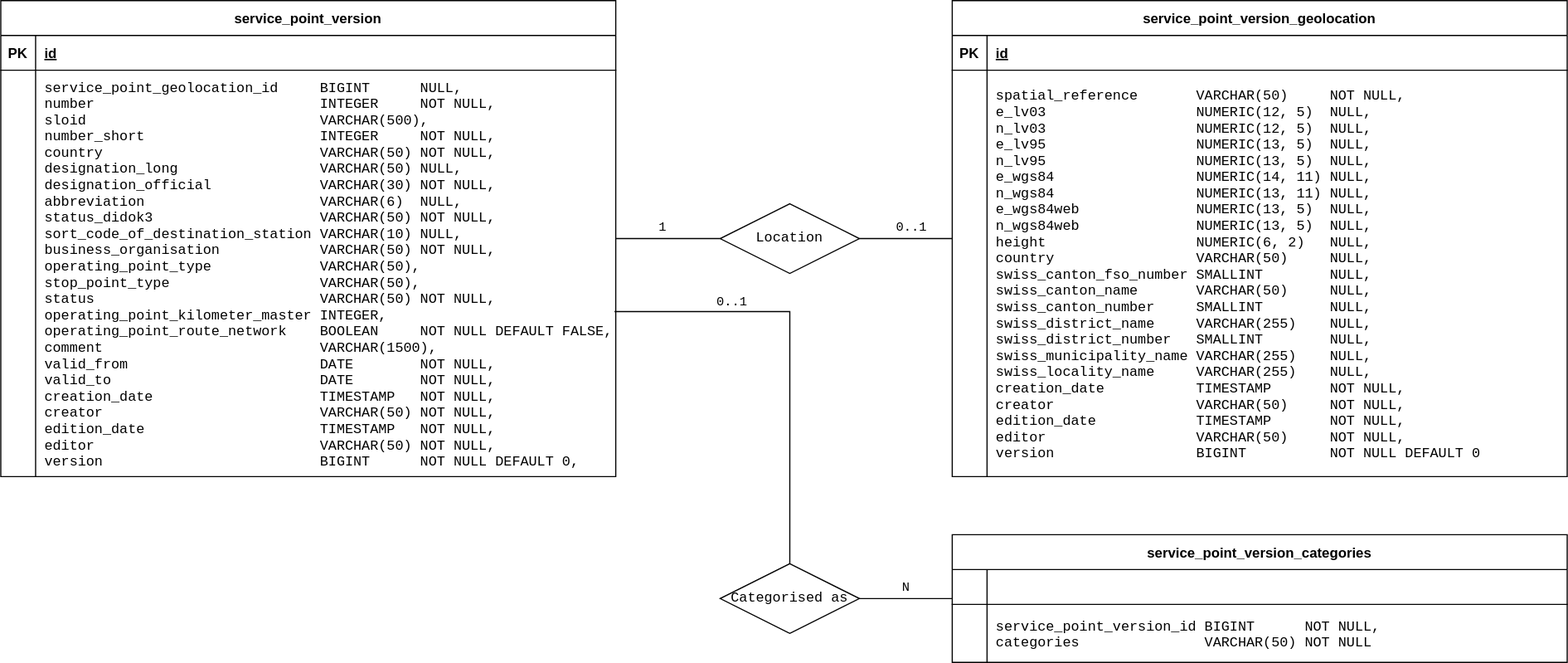
The draw.io diagram service-point-directory/src/docs/db-service-point.svg in iuccio/atlas, before a commit. Source tidied: cells renumbered, new cells last; positions are measured from the earlier drawing's top-left corner, leaving out a move shared by most shapes. Its diagram source:
```xml
<mxGraphModel>
  <root>
    <mxCell id="0" />
    <mxCell id="1" parent="0" />
    <mxCell id="2" value="service_point_version" style="shape=table;startSize=30;rowLines=0;fontStyle=1;align=center;" parent="1" vertex="1">
      <mxGeometry width="530" height="410" as="geometry" />
    </mxCell>
    <mxCell id="3" style="shape=partialRectangle;fillColor=none;top=0;left=0;right=0;bottom=1;" parent="2" vertex="1">
      <mxGeometry y="30" width="530" height="30" as="geometry" />
    </mxCell>
    <mxCell id="4" value="PK" style="shape=partialRectangle;overflow=hidden;fillColor=none;top=0;left=0;bottom=0;right=0;fontStyle=1;" parent="3" vertex="1">
      <mxGeometry width="30" height="30" as="geometry" />
    </mxCell>
    <mxCell id="5" value="id" style="shape=partialRectangle;overflow=hidden;fillColor=none;top=0;left=0;bottom=0;right=0;align=left;spacingLeft=6;fontStyle=5;" parent="3" vertex="1">
      <mxGeometry x="30" width="500" height="30" as="geometry" />
    </mxCell>
    <mxCell id="6" style="shape=partialRectangle;fillColor=none;points=[[0,0.5],[1,0.5]];portConstraint=eastwest;top=0;left=0;right=0;bottom=0;" parent="2" vertex="1">
      <mxGeometry y="60" width="530" height="350" as="geometry" />
    </mxCell>
    <mxCell id="7" style="shape=partialRectangle;overflow=hidden;fillColor=none;top=0;left=0;bottom=0;right=0;" parent="6" vertex="1">
      <mxGeometry width="30" height="350" as="geometry" />
    </mxCell>
    <mxCell id="8" value="service_point_geolocation_id     BIGINT      NULL,&#10;number                           INTEGER     NOT NULL,&#10;sloid                            VARCHAR(500),&#10;number_short                     INTEGER     NOT NULL,&#10;country                          VARCHAR(50) NOT NULL,&#10;designation_long                 VARCHAR(50) NULL,&#10;designation_official             VARCHAR(30) NOT NULL,&#10;abbreviation                     VARCHAR(6)  NULL,&#10;status_didok3                    VARCHAR(50) NOT NULL,&#10;sort_code_of_destination_station VARCHAR(10) NULL,&#10;business_organisation            VARCHAR(50) NOT NULL,&#10;operating_point_type             VARCHAR(50),&#10;stop_point_type                  VARCHAR(50),&#10;status                           VARCHAR(50) NOT NULL,&#10;operating_point_kilometer_master INTEGER,&#10;operating_point_route_network    BOOLEAN     NOT NULL DEFAULT FALSE,&#10;comment                          VARCHAR(1500),&#10;valid_from                       DATE        NOT NULL,&#10;valid_to                         DATE        NOT NULL,&#10;creation_date                    TIMESTAMP   NOT NULL,&#10;creator                          VARCHAR(50) NOT NULL,&#10;edition_date                     TIMESTAMP   NOT NULL,&#10;editor                           VARCHAR(50) NOT NULL,&#10;version                          BIGINT      NOT NULL DEFAULT 0," style="shape=partialRectangle;overflow=hidden;fillColor=none;top=0;left=0;bottom=0;right=0;align=left;spacingLeft=6;fontFamily=Courier New;fontStyle=0;" parent="6" vertex="1">
      <mxGeometry x="30" width="500" height="350" as="geometry" />
    </mxCell>
    <mxCell id="9" value="service_point_version_geolocation" style="shape=table;startSize=30;rowLines=0;fontStyle=1;align=center;" parent="1" vertex="1">
      <mxGeometry x="820" width="530" height="410" as="geometry" />
    </mxCell>
    <mxCell id="10" style="shape=partialRectangle;fillColor=none;top=0;left=0;right=0;bottom=1;" parent="9" vertex="1">
      <mxGeometry y="30" width="530" height="30" as="geometry" />
    </mxCell>
    <mxCell id="11" value="PK" style="shape=partialRectangle;overflow=hidden;fillColor=none;top=0;left=0;bottom=0;right=0;fontStyle=1;" parent="10" vertex="1">
      <mxGeometry width="30" height="30" as="geometry" />
    </mxCell>
    <mxCell id="12" value="id" style="shape=partialRectangle;overflow=hidden;fillColor=none;top=0;left=0;bottom=0;right=0;align=left;spacingLeft=6;fontStyle=5;" parent="10" vertex="1">
      <mxGeometry x="30" width="500" height="30" as="geometry" />
    </mxCell>
    <mxCell id="13" style="shape=partialRectangle;fillColor=none;top=0;left=0;right=0;bottom=0;" parent="9" vertex="1">
      <mxGeometry y="60" width="530" height="350" as="geometry" />
    </mxCell>
    <mxCell id="14" style="shape=partialRectangle;overflow=hidden;fillColor=none;top=0;left=0;bottom=0;right=0;" parent="13" vertex="1">
      <mxGeometry width="30" height="350" as="geometry" />
    </mxCell>
    <mxCell id="15" value="spatial_reference       VARCHAR(50)     NOT NULL,&#10;e_lv03                  NUMERIC(12, 5)  NULL,&#10;n_lv03                  NUMERIC(12, 5)  NULL,&#10;e_lv95                  NUMERIC(13, 5)  NULL,&#10;n_lv95                  NUMERIC(13, 5)  NULL,&#10;e_wgs84                 NUMERIC(14, 11) NULL,&#10;n_wgs84                 NUMERIC(13, 11) NULL,&#10;e_wgs84web              NUMERIC(13, 5)  NULL,&#10;n_wgs84web              NUMERIC(13, 5)  NULL,&#10;height                  NUMERIC(6, 2)   NULL,&#10;country                 VARCHAR(50)     NULL,&#10;swiss_canton_fso_number SMALLINT        NULL,&#10;swiss_canton_name       VARCHAR(50)     NULL,&#10;swiss_canton_number     SMALLINT        NULL,&#10;swiss_district_name     VARCHAR(255)    NULL,&#10;swiss_district_number   SMALLINT        NULL,&#10;swiss_municipality_name VARCHAR(255)    NULL,&#10;swiss_locality_name     VARCHAR(255)    NULL,&#10;creation_date           TIMESTAMP       NOT NULL,&#10;creator                 VARCHAR(50)     NOT NULL,&#10;edition_date            TIMESTAMP       NOT NULL,&#10;editor                  VARCHAR(50)     NOT NULL,&#10;version                 BIGINT          NOT NULL DEFAULT 0" style="shape=partialRectangle;overflow=hidden;fillColor=none;top=0;left=0;bottom=0;right=0;align=left;spacingLeft=6;fontFamily=Courier New;" parent="13" vertex="1">
      <mxGeometry x="30" width="500" height="350" as="geometry" />
    </mxCell>
    <mxCell id="16" value="service_point_version_categories" style="shape=table;startSize=30;rowLines=0;fontStyle=1;align=center;" parent="1" vertex="1">
      <mxGeometry x="820" y="460" width="530" height="110" as="geometry" />
    </mxCell>
    <mxCell id="17" style="shape=partialRectangle;fillColor=none;top=0;left=0;right=0;bottom=1;" parent="16" vertex="1">
      <mxGeometry y="30" width="530" height="30" as="geometry" />
    </mxCell>
    <mxCell id="18" style="shape=partialRectangle;overflow=hidden;fillColor=none;top=0;left=0;bottom=0;right=0;fontStyle=1;" parent="17" vertex="1">
      <mxGeometry width="30" height="30" as="geometry" />
    </mxCell>
    <mxCell id="19" style="shape=partialRectangle;overflow=hidden;fillColor=none;top=0;left=0;bottom=0;right=0;align=left;spacingLeft=6;fontStyle=5;" parent="17" vertex="1">
      <mxGeometry x="30" width="500" height="30" as="geometry" />
    </mxCell>
    <mxCell id="20" style="shape=partialRectangle;fillColor=none;top=0;left=0;right=0;bottom=0;" parent="16" vertex="1">
      <mxGeometry y="60" width="530" height="50" as="geometry" />
    </mxCell>
    <mxCell id="21" style="shape=partialRectangle;overflow=hidden;fillColor=none;top=0;left=0;bottom=0;right=0;" parent="20" vertex="1">
      <mxGeometry width="30" height="50" as="geometry" />
    </mxCell>
    <mxCell id="22" value="service_point_version_id BIGINT      NOT NULL,&#10;categories               VARCHAR(50) NOT NULL" style="shape=partialRectangle;overflow=hidden;fillColor=none;top=0;left=0;bottom=0;right=0;align=left;spacingLeft=6;fontFamily=Courier New;" parent="20" vertex="1">
      <mxGeometry x="30" width="500" height="50" as="geometry" />
    </mxCell>
    <mxCell id="23" value="1" style="edgeStyle=orthogonalEdgeStyle;rounded=0;jumpSize=12;jettySize=auto;html=1;exitX=0;exitY=0.5;exitDx=0;exitDy=0;strokeWidth=1;fontFamily=Courier New;startArrow=none;startFill=0;endArrow=none;endFill=0;labelPosition=left;verticalLabelPosition=top;align=right;verticalAlign=bottom;" parent="1" edge="1" source="24" target="2">
      <mxGeometry relative="1" as="geometry" />
    </mxCell>
    <mxCell id="24" value="Location" style="shape=rhombus;perimeter=rhombusPerimeter;whiteSpace=wrap;html=1;align=center;fontFamily=Courier New;" parent="1" vertex="1">
      <mxGeometry x="620" y="175" width="120" height="60" as="geometry" />
    </mxCell>
    <mxCell id="25" style="endArrow=none;html=1;rounded=0;strokeWidth=1;fontFamily=Courier New;jumpSize=12;exitX=1;exitY=0.5;exitDx=0;exitDy=0;labelPosition=center;verticalLabelPosition=top;align=center;verticalAlign=bottom;" parent="1" edge="1" source="24" target="9">
      <mxGeometry relative="1" as="geometry" />
    </mxCell>
    <mxCell id="26" value="0..1" style="edgeLabel;html=1;align=left;verticalAlign=bottom;fontFamily=Courier New;labelPosition=right;verticalLabelPosition=top;" parent="25" vertex="1">
      <mxGeometry x="-0.24" y="1" relative="1" as="geometry" />
    </mxCell>
    <mxCell id="27" value="0..1" style="edgeStyle=orthogonalEdgeStyle;rounded=0;jumpSize=12;jettySize=auto;html=1;entryX=0.998;entryY=0.594;entryDx=0;entryDy=0;entryPerimeter=0;strokeWidth=1;fontFamily=Courier New;startArrow=none;startFill=0;endArrow=none;endFill=0;" parent="1" edge="1" source="29" target="6">
      <mxGeometry x="0.45" y="-8" relative="1" as="geometry" />
    </mxCell>
    <mxCell id="28" value="N" style="edgeStyle=orthogonalEdgeStyle;rounded=0;jumpSize=12;jettySize=auto;html=1;strokeWidth=1;fontFamily=Courier New;startArrow=none;startFill=0;endArrow=none;endFill=0;labelPosition=center;verticalLabelPosition=top;align=center;verticalAlign=bottom;" parent="1" edge="1" source="29" target="16">
      <mxGeometry relative="1" as="geometry" />
    </mxCell>
    <mxCell id="29" value="Categorised as" style="shape=rhombus;perimeter=rhombusPerimeter;whiteSpace=wrap;html=1;align=center;fontFamily=Courier New;" parent="1" vertex="1">
      <mxGeometry x="620" y="485" width="120" height="60" as="geometry" />
    </mxCell>
  </root>
</mxGraphModel>
```
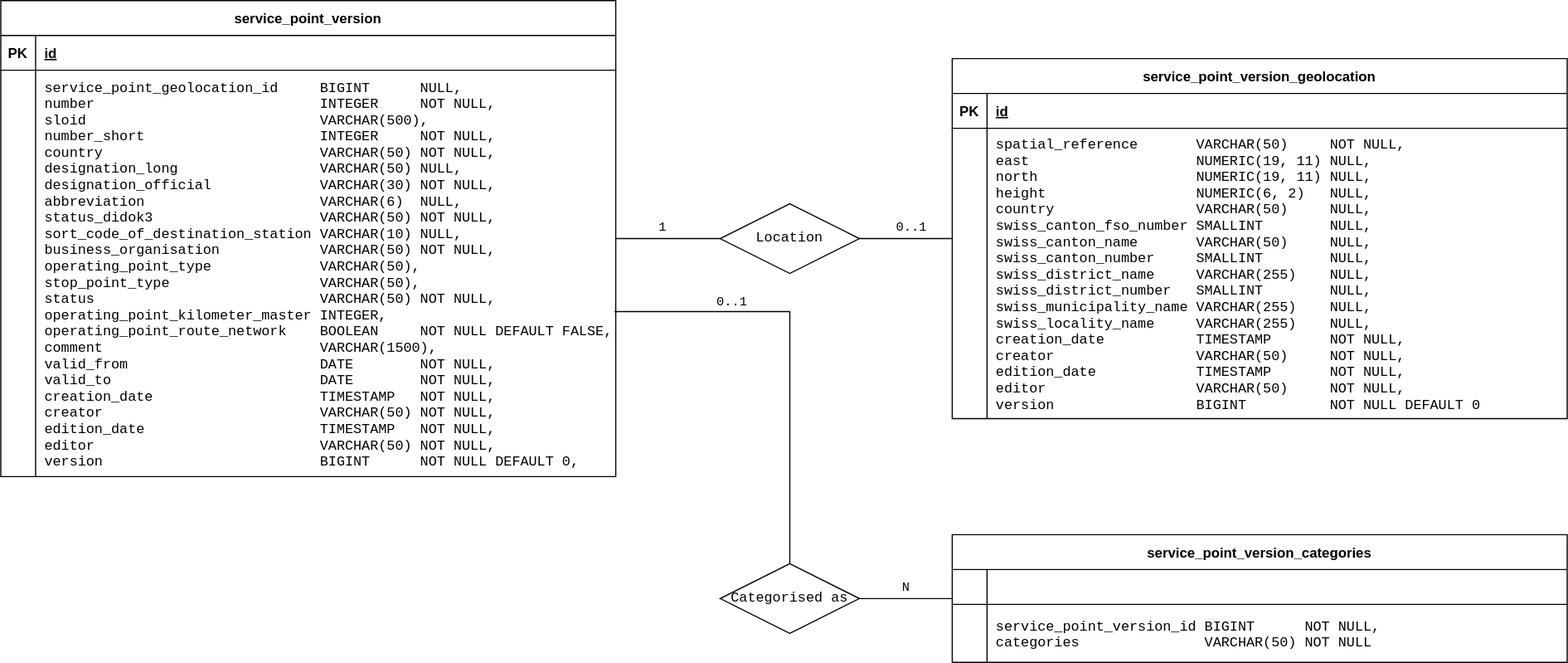
Above is the later version.

Change to the diagram source:
```diff
@@ -24,7 +24,7 @@
       <mxGeometry x="30" width="500" height="350" as="geometry" />
     </mxCell>
     <mxCell id="9" value="service_point_version_geolocation" style="shape=table;startSize=30;rowLines=0;fontStyle=1;align=center;" parent="1" vertex="1">
-      <mxGeometry x="820" width="530" height="410" as="geometry" />
+      <mxGeometry x="820" y="50" width="530" height="310" as="geometry" />
     </mxCell>
     <mxCell id="10" style="shape=partialRectangle;fillColor=none;top=0;left=0;right=0;bottom=1;" parent="9" vertex="1">
       <mxGeometry y="30" width="530" height="30" as="geometry" />
@@ -36,13 +36,13 @@
       <mxGeometry x="30" width="500" height="30" as="geometry" />
     </mxCell>
     <mxCell id="13" style="shape=partialRectangle;fillColor=none;top=0;left=0;right=0;bottom=0;" parent="9" vertex="1">
-      <mxGeometry y="60" width="530" height="350" as="geometry" />
+      <mxGeometry y="60" width="530" height="250" as="geometry" />
     </mxCell>
     <mxCell id="14" style="shape=partialRectangle;overflow=hidden;fillColor=none;top=0;left=0;bottom=0;right=0;" parent="13" vertex="1">
-      <mxGeometry width="30" height="350" as="geometry" />
+      <mxGeometry width="30" height="250" as="geometry" />
     </mxCell>
-    <mxCell id="15" value="spatial_reference       VARCHAR(50)     NOT NULL,&#10;e_lv03                  NUMERIC(12, 5)  NULL,&#10;n_lv03                  NUMERIC(12, 5)  NULL,&#10;e_lv95                  NUMERIC(13, 5)  NULL,&#10;n_lv95                  NUMERIC(13, 5)  NULL,&#10;e_wgs84                 NUMERIC(14, 11) NULL,&#10;n_wgs84                 NUMERIC(13, 11) NULL,&#10;e_wgs84web              NUMERIC(13, 5)  NULL,&#10;n_wgs84web              NUMERIC(13, 5)  NULL,&#10;height                  NUMERIC(6, 2)   NULL,&#10;country                 VARCHAR(50)     NULL,&#10;swiss_canton_fso_number SMALLINT        NULL,&#10;swiss_canton_name       VARCHAR(50)     NULL,&#10;swiss_canton_number     SMALLINT        NULL,&#10;swiss_district_name     VARCHAR(255)    NULL,&#10;swiss_district_number   SMALLINT        NULL,&#10;swiss_municipality_name VARCHAR(255)    NULL,&#10;swiss_locality_name     VARCHAR(255)    NULL,&#10;creation_date           TIMESTAMP       NOT NULL,&#10;creator                 VARCHAR(50)     NOT NULL,&#10;edition_date            TIMESTAMP       NOT NULL,&#10;editor                  VARCHAR(50)     NOT NULL,&#10;version                 BIGINT          NOT NULL DEFAULT 0" style="shape=partialRectangle;overflow=hidden;fillColor=none;top=0;left=0;bottom=0;right=0;align=left;spacingLeft=6;fontFamily=Courier New;" parent="13" vertex="1">
-      <mxGeometry x="30" width="500" height="350" as="geometry" />
+    <mxCell id="15" value="spatial_reference       VARCHAR(50)     NOT NULL,&#10;east                    NUMERIC(19, 11) NULL,&#10;north                   NUMERIC(19, 11) NULL,&#10;height                  NUMERIC(6, 2)   NULL,&#10;country                 VARCHAR(50)     NULL,&#10;swiss_canton_fso_number SMALLINT        NULL,&#10;swiss_canton_name       VARCHAR(50)     NULL,&#10;swiss_canton_number     SMALLINT        NULL,&#10;swiss_district_name     VARCHAR(255)    NULL,&#10;swiss_district_number   SMALLINT        NULL,&#10;swiss_municipality_name VARCHAR(255)    NULL,&#10;swiss_locality_name     VARCHAR(255)    NULL,&#10;creation_date           TIMESTAMP       NOT NULL,&#10;creator                 VARCHAR(50)     NOT NULL,&#10;edition_date            TIMESTAMP       NOT NULL,&#10;editor                  VARCHAR(50)     NOT NULL,&#10;version                 BIGINT          NOT NULL DEFAULT 0" style="shape=partialRectangle;overflow=hidden;fillColor=none;top=0;left=0;bottom=0;right=0;align=left;spacingLeft=6;fontFamily=Courier New;" parent="13" vertex="1">
+      <mxGeometry x="30" width="500" height="250" as="geometry" />
     </mxCell>
     <mxCell id="16" value="service_point_version_categories" style="shape=table;startSize=30;rowLines=0;fontStyle=1;align=center;" parent="1" vertex="1">
       <mxGeometry x="820" y="460" width="530" height="110" as="geometry" />
```
